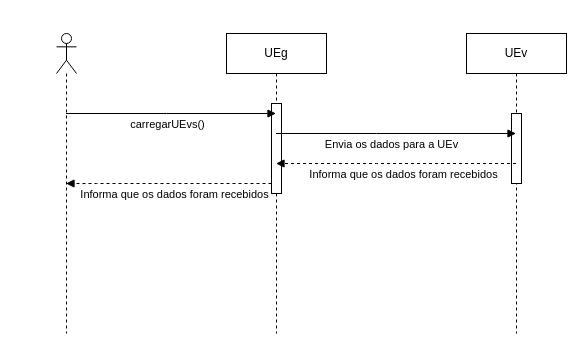
Above: Lab03- Diagrama de Sequencias/Carregar_UEv.drawio in HenriqueFinatti/Modelagem-De-Software-Orientado-a-Objetos (draw.io), before the change. Source tidied: cells renumbered, new cells numbered last; positions are measured from the earlier drawing's top-left corner, leaving out a move shared by most shapes. Both pictures are drawn from the tidied source at 100%, with x=0, y=0 at pixel (56, 33).
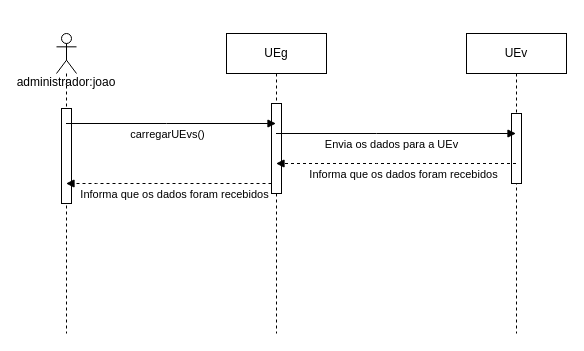
The same page after the edit.

What changed in the source:
```diff
@@
 <mxGraphModel>
   <root>
     <mxCell id="0" />
     <mxCell id="1" parent="0" />
-    <mxCell id="2" value="&lt;div&gt;&lt;br&gt;&lt;/div&gt;" style="shape=umlLifeline;perimeter=lifelinePerimeter;whiteSpace=wrap;html=1;outlineConnect=0;portConstraint=eastwest;newEdgeStyle={&quot;curved&quot;:0,&quot;rounded&quot;:0};participant=umlActor;size=40;" parent="1" vertex="1">
+    <mxCell id="2" value="&lt;div&gt;&lt;br&gt;&lt;/div&gt;&lt;div&gt;&lt;br&gt;&lt;/div&gt;&lt;div&gt;&lt;br&gt;&lt;/div&gt;&lt;div&gt;&lt;br&gt;&lt;/div&gt;&lt;div&gt;administrador:joao&lt;/div&gt;" style="shape=umlLifeline;perimeter=lifelinePerimeter;whiteSpace=wrap;html=1;outlineConnect=0;portConstraint=eastwest;newEdgeStyle={&quot;curved&quot;:0,&quot;rounded&quot;:0};participant=umlActor;size=40;" parent="1" vertex="1">
       <mxGeometry width="20" height="300" as="geometry" />
     </mxCell>
+    <mxCell id="11" style="html=1;perimeter=orthogonalPerimeter;targetShapes=umlLifeline;newEdgeStyle={&quot;curved&quot;:0,&quot;rounded&quot;:0};" parent="2" vertex="1">
+      <mxGeometry x="5" y="75" width="10" height="95" as="geometry" />
+    </mxCell>
     <mxCell id="3" value="UEg" style="shape=umlLifeline;perimeter=lifelinePerimeter;whiteSpace=wrap;html=1;outlineConnect=0;portConstraint=eastwest;newEdgeStyle={&quot;curved&quot;:0,&quot;rounded&quot;:0};" parent="1" vertex="1">
       <mxGeometry x="170" width="100" height="300" as="geometry" />
     </mxCell>
     <mxCell id="4" style="html=1;points=[[0,0,0,0,5],[0,1,0,0,-5],[1,0,0,0,5],[1,1,0,0,-5]];perimeter=orthogonalPerimeter;outlineConnect=0;targetShapes=umlLifeline;portConstraint=eastwest;newEdgeStyle={&quot;curved&quot;:0,&quot;rounded&quot;:0};" parent="3" vertex="1">
       <mxGeometry x="45" y="70" width="10" height="90" as="geometry" />
     </mxCell>
     <mxCell id="5" value="UEv" style="shape=umlLifeline;perimeter=lifelinePerimeter;whiteSpace=wrap;html=1;outlineConnect=0;portConstraint=eastwest;newEdgeStyle={&quot;curved&quot;:0,&quot;rounded&quot;:0};" parent="1" vertex="1">
       <mxGeometry x="410" width="100" height="300" as="geometry" />
     </mxCell>
     <mxCell id="6" style="html=1;perimeter=orthogonalPerimeter;targetShapes=umlLifeline;newEdgeStyle={&quot;curved&quot;:0,&quot;rounded&quot;:0};" parent="5" vertex="1">
       <mxGeometry x="45" y="80" width="10" height="70" as="geometry" />
     </mxCell>
     <mxCell id="7" value="carregarUEvs()" style="html=1;verticalAlign=bottom;endArrow=block;curved=0;rounded=0;" parent="1" edge="1" source="2" target="3">
       <mxGeometry x="-0.05" y="-20" relative="1" as="geometry">
         <Array as="points">
-          <mxPoint x="110" y="80" />
+          <mxPoint x="110" y="90" />
         </Array>
         <mxPoint x="1" as="offset" />
       </mxGeometry>
     </mxCell>
     <mxCell id="8" value="Envia os dados para a UEv" style="html=1;verticalAlign=bottom;endArrow=block;curved=0;rounded=0;" parent="1" edge="1" source="3" target="5">
       <mxGeometry x="-0.05" y="-20" relative="1" as="geometry">
         <Array as="points">
           <mxPoint x="320" y="100" />
         </Array>
         <mxPoint x="1" as="offset" />
       </mxGeometry>
     </mxCell>
     <mxCell id="9" value="Informa que os dados foram recebidos" style="html=1;verticalAlign=bottom;endArrow=block;curved=0;rounded=0;dashed=1;" parent="1" edge="1" source="5" target="3">
       <mxGeometry x="-0.05" y="20" relative="1" as="geometry">
         <Array as="points">
           <mxPoint x="320" y="130" />
         </Array>
         <mxPoint x="1" as="offset" />
       </mxGeometry>
     </mxCell>
     <mxCell id="10" value="Informa que os dados foram recebidos" style="html=1;verticalAlign=bottom;endArrow=block;curved=0;rounded=0;dashed=1;" parent="1" edge="1" source="4" target="2">
       <mxGeometry x="-0.05" y="20" relative="1" as="geometry">
         <Array as="points">
           <mxPoint x="40" y="150" />
         </Array>
         <mxPoint x="1" as="offset" />
       </mxGeometry>
     </mxCell>
   </root>
 </mxGraphModel>
```
